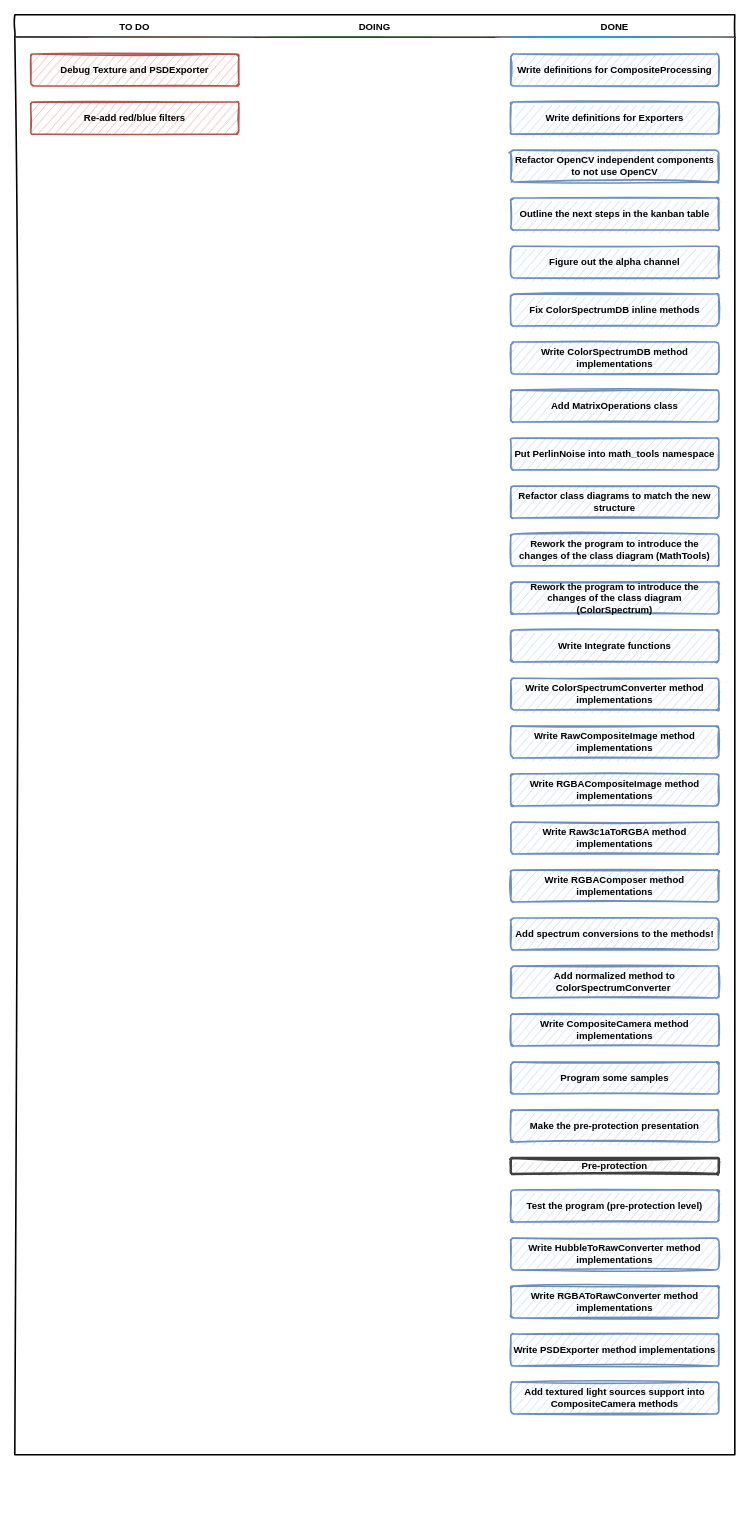
Before: Docs/Kanban table.drawio in SpatiumOwl/ComplexSky-2.0, a draw.io diagram. Source tidied: cells renumbered, new cells numbered last; positions are measured from the earlier drawing's top-left corner, leaving out a move shared by most shapes. Both pictures are drawn from the tidied source at 80%, with x=0, y=0 at pixel (14, 14).
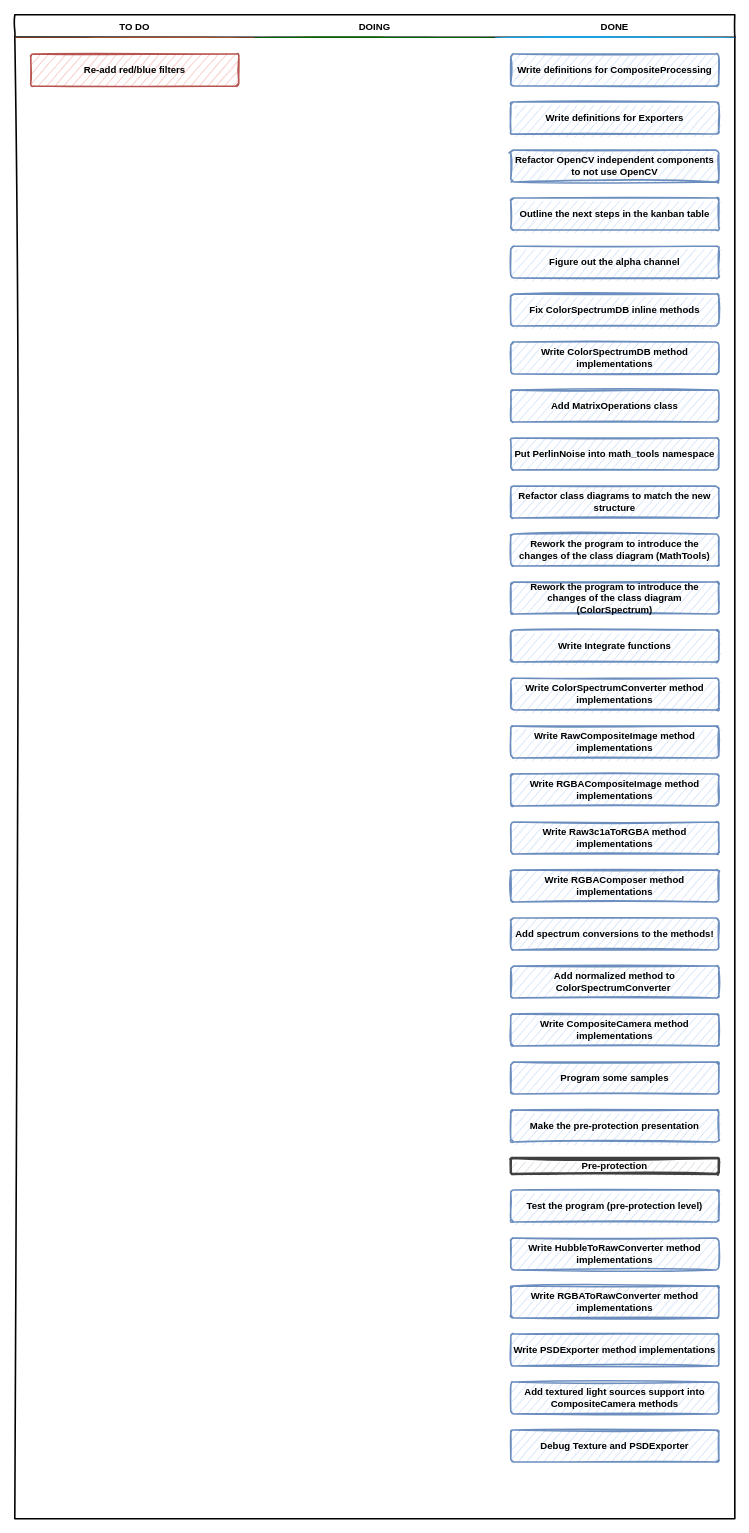
The same diagram, later.

Commit message (it also covers changes not shown here):
Fixed the bug, that scrambled the texture during the render (in CompositeCamera)

The edit, as a diff of the source:
```diff
@@
     <mxCell id="2" style="swimlane;fontStyle=2;horizontal=1;startSize=28;swimlaneFillColor=none;fontFamily=Permanent Marker;fontSize=16;verticalAlign=top;stackBorder=0;strokeWidth=2;sketch=1;disableMultiStroke=1;" parent="1" vertex="1">
-      <mxGeometry width="900" height="1800" as="geometry" />
+      <mxGeometry width="900" height="1880" as="geometry" />
     </mxCell>
     <mxCell id="3" value="TO DO" style="swimlane;strokeWidth=2;fontFamily=Permanent Marker;html=0;startSize=1;verticalAlign=bottom;spacingBottom=5;stackBorder=20;sketch=1;strokeColor=none;fillStyle=solid;fillColor=#A0522D;" parent="2" vertex="1">
-      <mxGeometry y="28" width="300" height="1772" as="geometry" />
+      <mxGeometry y="28" width="300" height="1852" as="geometry" />
     </mxCell>
-    <mxCell id="4" value="Debug Texture and PSDExporter" style="whiteSpace=wrap;html=1;strokeWidth=2;fillColor=#f8cecc;fontStyle=1;spacingTop=0;rounded=1;arcSize=9;sketch=1;fontFamily=Permanent Marker;hachureGap=8;fillWeight=1;strokeColor=#b85450;" parent="3" vertex="1">
-      <mxGeometry x="20" y="21" width="260" height="40" as="geometry" />
-    </mxCell>
     <mxCell id="5" value="Re-add red/blue filters" style="whiteSpace=wrap;html=1;strokeWidth=2;fillColor=#f8cecc;fontStyle=1;spacingTop=0;rounded=1;arcSize=9;sketch=1;fontFamily=Permanent Marker;hachureGap=8;fillWeight=1;strokeColor=#b85450;" parent="3" vertex="1">
-      <mxGeometry x="20" y="81" width="260" height="40" as="geometry" />
+      <mxGeometry x="20" y="21" width="260" height="40" as="geometry" />
     </mxCell>
     <mxCell id="6" value="DOING" style="swimlane;strokeWidth=2;fontFamily=Permanent Marker;html=0;startSize=1;verticalAlign=bottom;spacingBottom=5;stackBorder=20;sketch=1;strokeColor=none;fillStyle=solid;fillColor=#006600;" parent="2" vertex="1">
-      <mxGeometry x="300" y="28" width="300" height="1772" as="geometry" />
+      <mxGeometry x="300" y="28" width="300" height="1852" as="geometry" />
     </mxCell>
     <mxCell id="7" value="DONE" style="swimlane;strokeWidth=2;fontFamily=Permanent Marker;html=0;startSize=1;verticalAlign=bottom;spacingBottom=5;stackBorder=20;sketch=1;strokeColor=none;fillStyle=solid;fillColor=#1BA1E2;" parent="2" vertex="1">
-      <mxGeometry x="600" y="28" width="300" height="1772" as="geometry" />
+      <mxGeometry x="600" y="28" width="300" height="1852" as="geometry" />
     </mxCell>
@@
+    <mxCell id="4" value="Debug Texture and PSDExporter" style="whiteSpace=wrap;html=1;strokeWidth=2;fillColor=#dae8fc;fontStyle=1;spacingTop=0;rounded=1;arcSize=9;sketch=1;fontFamily=Permanent Marker;hachureGap=8;fillWeight=1;strokeColor=#6c8ebf;" parent="7" vertex="1">
+      <mxGeometry x="20" y="1741" width="260" height="40" as="geometry" />
+    </mxCell>
```
